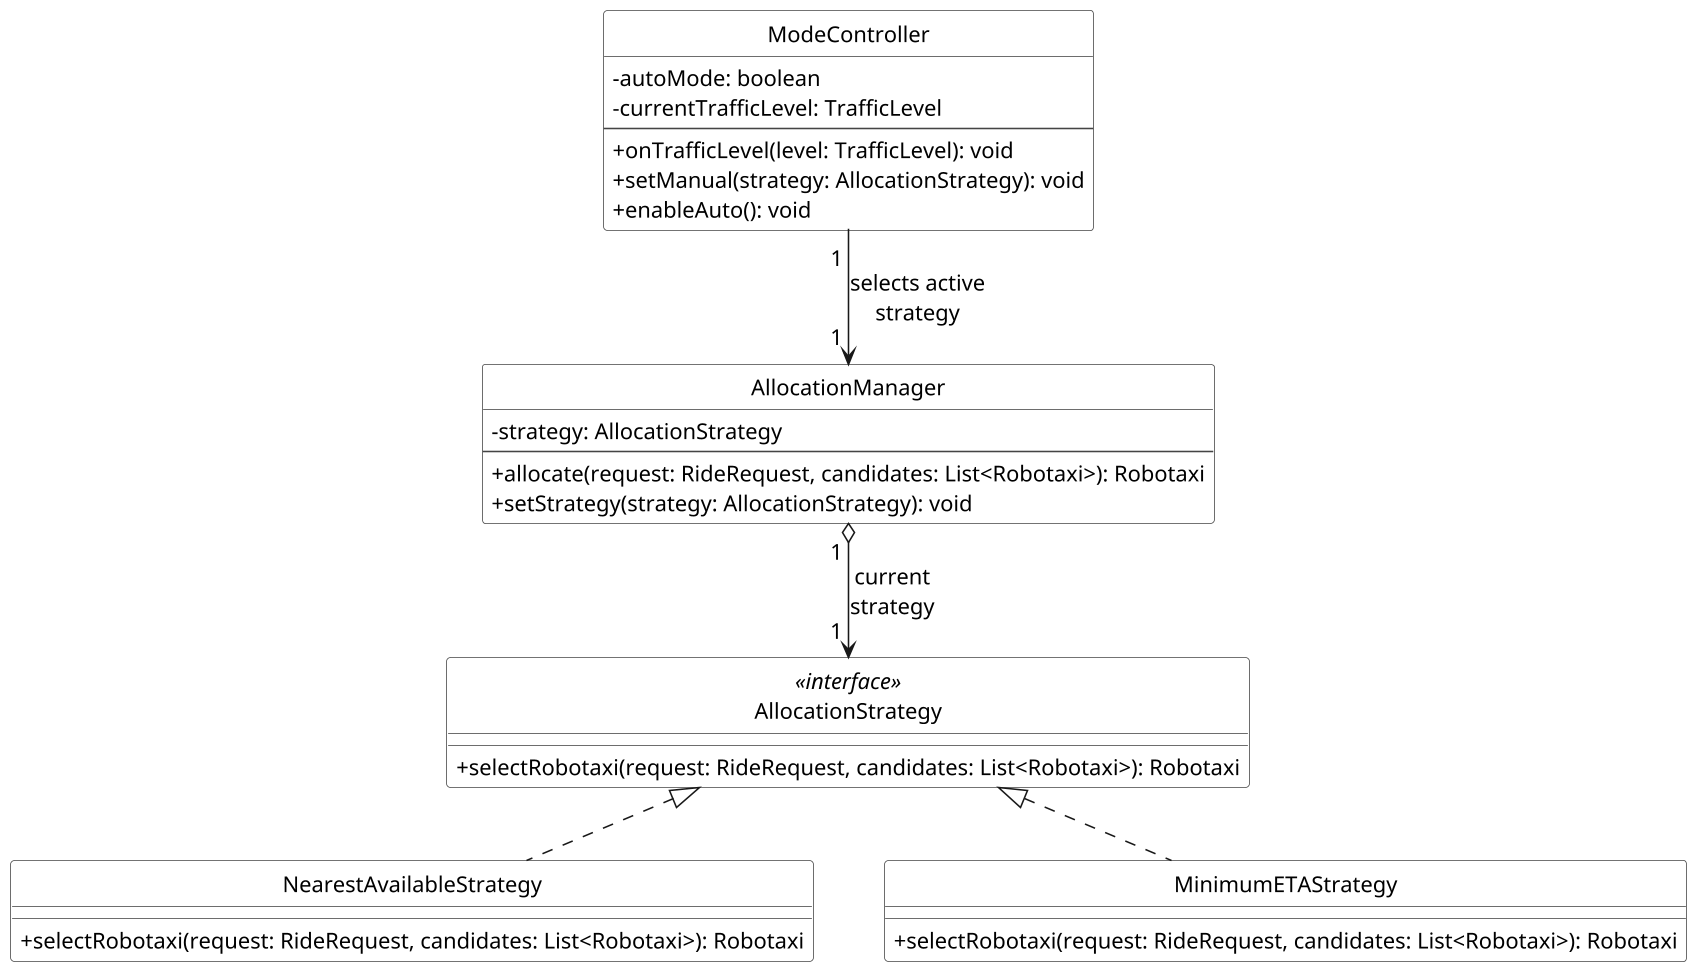
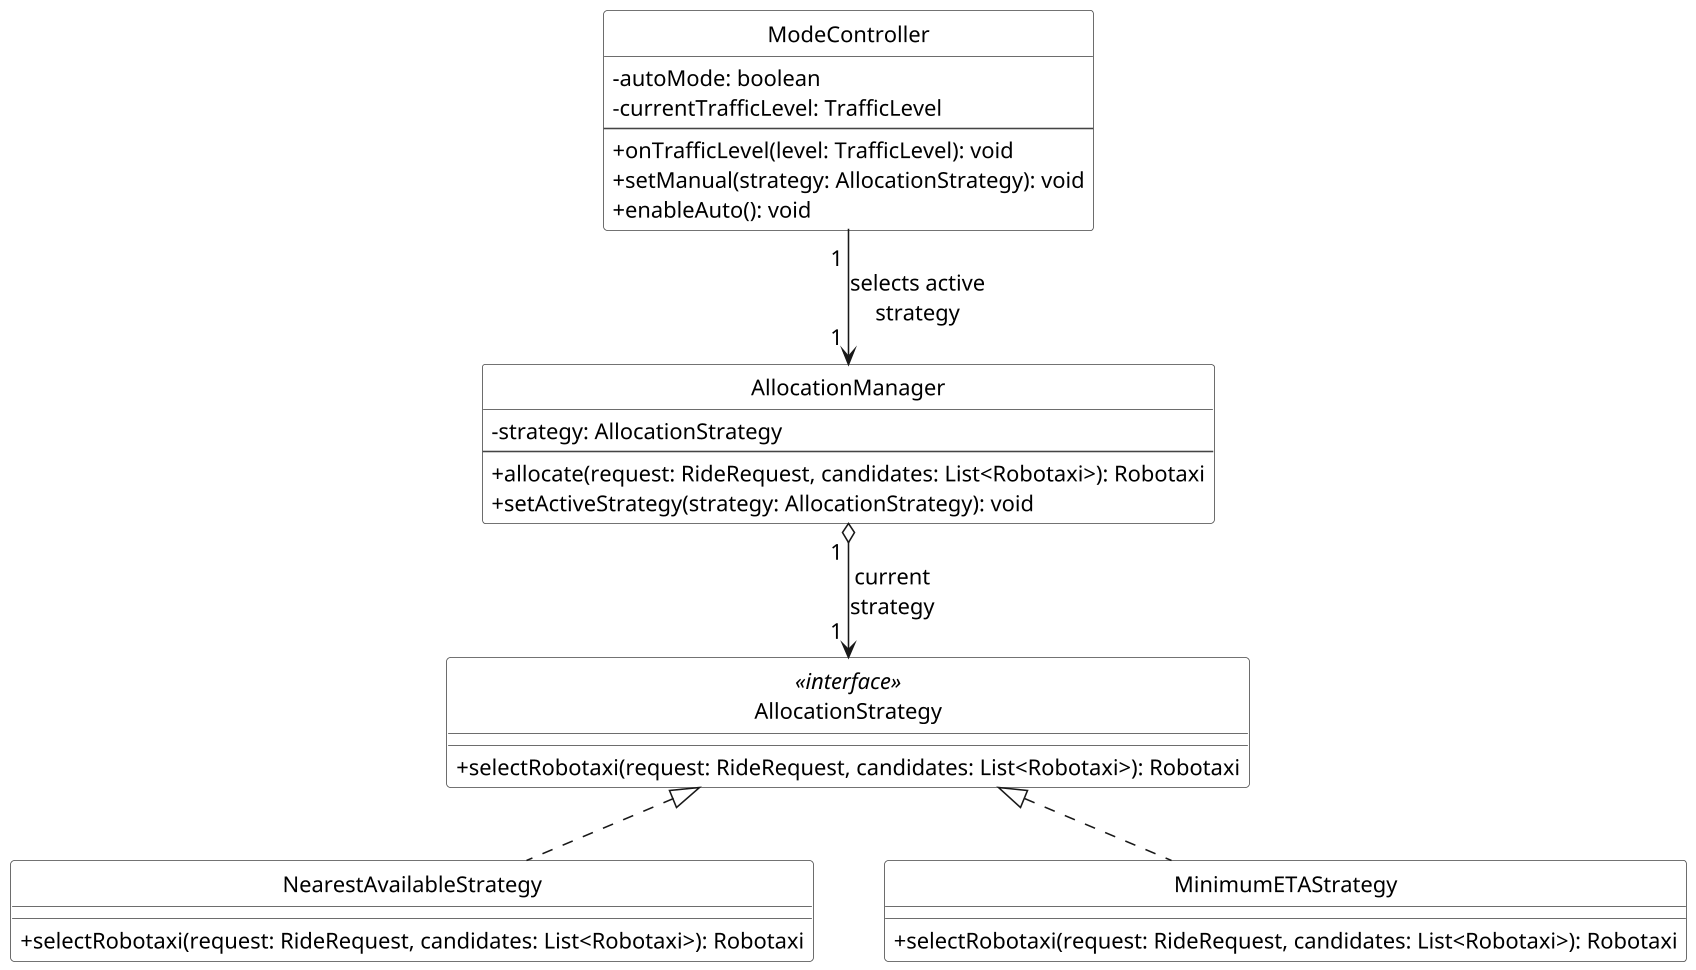
@startuml

skinparam backgroundColor white
skinparam shadowing false
skinparam defaultFontName Arial
skinparam defaultFontSize 14
skinparam dpi 150
skinparam maxMessageSize 90
skinparam classAttributeIconSize 0
skinparam linetype polyline
skinparam nodesep 45
skinparam ranksep 45

skinparam class {
    BackgroundColor white
    BorderColor #444444
    FontColor black
    HeaderBackgroundColor white
}

hide circle
top to bottom direction

class AllocationStrategy <<interface>> {
    + selectRobotaxi(request: RideRequest, candidates: List<Robotaxi>): Robotaxi
}

class NearestAvailableStrategy {
    + selectRobotaxi(request: RideRequest, candidates: List<Robotaxi>): Robotaxi
}

class MinimumETAStrategy {
    + selectRobotaxi(request: RideRequest, candidates: List<Robotaxi>): Robotaxi
}

class AllocationManager {
    - strategy: AllocationStrategy
    --
    + allocate(request: RideRequest, candidates: List<Robotaxi>): Robotaxi
-     + setStrategy(strategy: AllocationStrategy): void
+     + setActiveStrategy(strategy: AllocationStrategy): void
}

class ModeController {
    - autoMode: boolean
    - currentTrafficLevel: TrafficLevel
    --
    + onTrafficLevel(level: TrafficLevel): void
    + setManual(strategy: AllocationStrategy): void
    + enableAuto(): void
}

AllocationStrategy <|.. NearestAvailableStrategy
AllocationStrategy <|.. MinimumETAStrategy

AllocationManager "1 " o--> "1 " AllocationStrategy : current strategy
ModeController "1 " --> "1 " AllocationManager : selects active strategy

- @enduml+ @enduml
